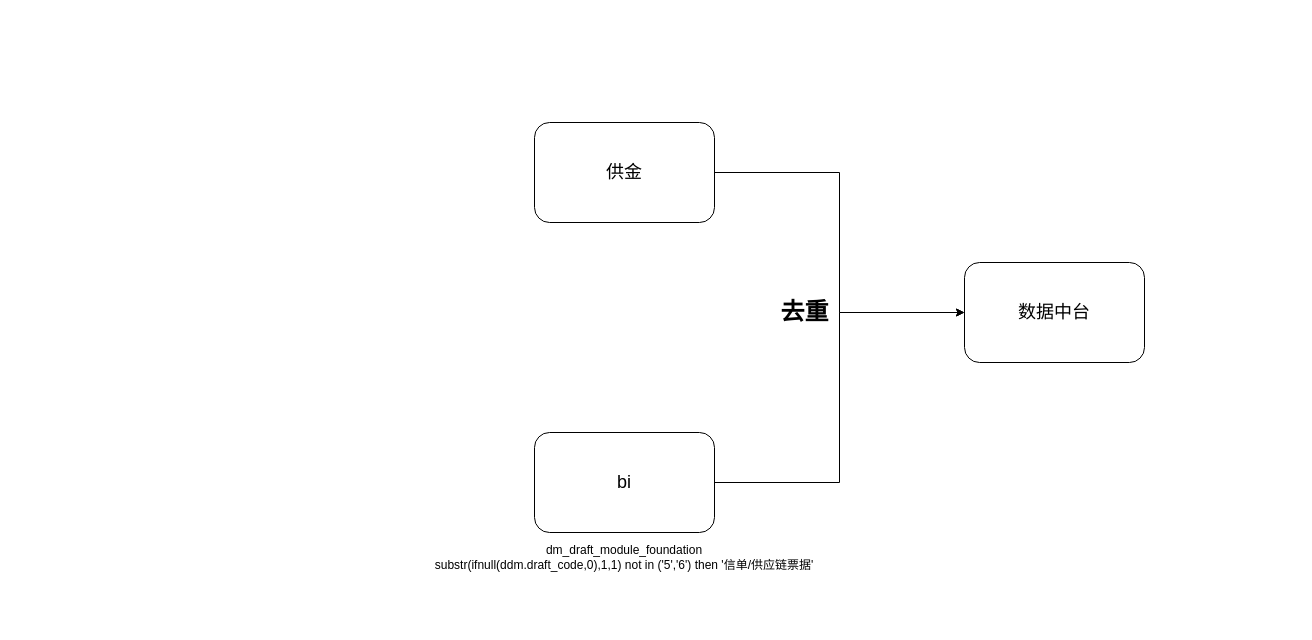
Earlier version of the draw.io diagram 未命名绘图.drawio (qwddkxs/Diagrams). Source tidied: cells renumbered, new cells numbered last; positions are measured from the earlier drawing's top-left corner, leaving out a move shared by most shapes. Both pictures are drawn from the tidied source at 100%, with x=0, y=0 at pixel (409, 122).
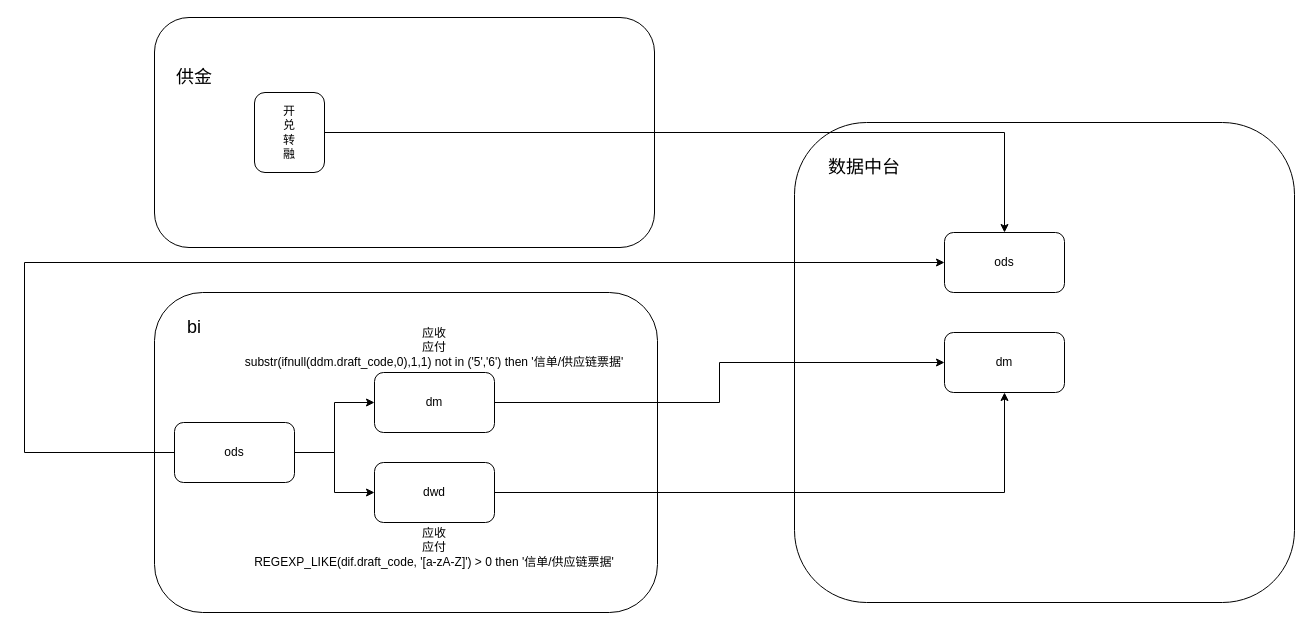
Above is the later version.

Commit message:
更新未命名绘图.drawio

The edit, as a diff of the source:
```diff
@@
-    <mxCell id="2" style="edgeStyle=orthogonalEdgeStyle;rounded=0;jettySize=auto;html=1;exitX=1;exitY=0.5;exitDx=0;exitDy=0;entryX=0;entryY=0.5;entryDx=0;entryDy=0;" parent="1" edge="1" source="3" target="6">
-      <mxGeometry relative="1" as="geometry" />
-    </mxCell>
-    <mxCell id="3" value="&lt;font style=&quot;font-size: 18px;&quot;&gt;bi&lt;/font&gt;" style="rounded=1;whiteSpace=wrap;html=1;" parent="1" vertex="1">
-      <mxGeometry x="125" y="310" width="180" height="100" as="geometry" />
-    </mxCell>
-    <mxCell id="4" style="edgeStyle=orthogonalEdgeStyle;rounded=0;jettySize=auto;html=1;exitX=1;exitY=0.5;exitDx=0;exitDy=0;entryX=0;entryY=0.5;entryDx=0;entryDy=0;" parent="1" edge="1" source="5" target="6">
-      <mxGeometry relative="1" as="geometry" />
-    </mxCell>
+    <mxCell id="9" style="rounded=1;whiteSpace=wrap;html=1;" parent="1" vertex="1">
+      <mxGeometry x="-255" y="170" width="503" height="320" as="geometry" />
+    </mxCell>
-    <mxCell id="5" value="&lt;span style=&quot;font-size: 18px;&quot;&gt;供金&lt;/span&gt;" style="rounded=1;whiteSpace=wrap;html=1;" parent="1" vertex="1">
-      <mxGeometry x="125" width="180" height="100" as="geometry" />
+    <mxCell id="5" style="rounded=1;whiteSpace=wrap;html=1;" parent="1" vertex="1">
+      <mxGeometry x="-255" y="-105" width="500" height="230" as="geometry" />
     </mxCell>
-    <mxCell id="6" value="&lt;span style=&quot;font-size: 18px;&quot;&gt;数据中台&lt;/span&gt;" style="rounded=1;whiteSpace=wrap;html=1;" parent="1" vertex="1">
-      <mxGeometry x="555" y="140" width="180" height="100" as="geometry" />
+    <mxCell id="6" style="rounded=1;whiteSpace=wrap;html=1;" parent="1" vertex="1">
+      <mxGeometry x="385" width="500" height="480" as="geometry" />
     </mxCell>
-    <mxCell id="7" value="去重" style="text;strokeColor=none;fillColor=none;html=1;fontSize=24;fontStyle=1;verticalAlign=middle;align=center;" parent="1" vertex="1">
-      <mxGeometry x="345" y="170" width="100" height="40" as="geometry" />
-    </mxCell>
-    <mxCell id="8" value="dm_draft_module_foundation&lt;br&gt;substr(ifnull(ddm.draft_code,0),1,1) not in ('5','6') then '信单/供应链票据'" style="text;html=1;strokeColor=none;fillColor=none;align=center;verticalAlign=middle;whiteSpace=wrap;overflow=hidden;" parent="1" vertex="1">
-      <mxGeometry y="370" width="430" height="130" as="geometry" />
-    </mxCell>
+    <mxCell id="10" style="edgeStyle=orthogonalEdgeStyle;rounded=0;jettySize=auto;html=1;exitX=1;exitY=0.5;exitDx=0;exitDy=0;entryX=0;entryY=0.5;entryDx=0;entryDy=0;" parent="1" edge="1" source="13" target="15">
+      <mxGeometry relative="1" as="geometry" />
+    </mxCell>
+    <mxCell id="11" style="edgeStyle=orthogonalEdgeStyle;rounded=0;jettySize=auto;html=1;exitX=1;exitY=0.5;exitDx=0;exitDy=0;entryX=0;entryY=0.5;entryDx=0;entryDy=0;" parent="1" edge="1" source="13" target="17">
+      <mxGeometry relative="1" as="geometry" />
+    </mxCell>
+    <mxCell id="12" style="edgeStyle=orthogonalEdgeStyle;rounded=0;jettySize=auto;html=1;exitX=0;exitY=0.5;exitDx=0;exitDy=0;entryX=0;entryY=0.5;entryDx=0;entryDy=0;" parent="1" edge="1" source="13" target="24">
+      <mxGeometry relative="1" as="geometry">
+        <Array as="points">
+          <mxPoint x="-385" y="330" />
+          <mxPoint x="-385" y="140" />
+        </Array>
+      </mxGeometry>
+    </mxCell>
+    <mxCell id="13" value="ods" style="rounded=1;whiteSpace=wrap;html=1;" parent="1" vertex="1">
+      <mxGeometry x="-235" y="300" width="120" height="60" as="geometry" />
+    </mxCell>
+    <mxCell id="14" style="edgeStyle=orthogonalEdgeStyle;rounded=0;jettySize=auto;html=1;exitX=1;exitY=0.5;exitDx=0;exitDy=0;entryX=0;entryY=0.5;entryDx=0;entryDy=0;" parent="1" edge="1" source="15" target="25">
+      <mxGeometry relative="1" as="geometry" />
+    </mxCell>
+    <mxCell id="15" value="dm" style="rounded=1;whiteSpace=wrap;html=1;" parent="1" vertex="1">
+      <mxGeometry x="-35" y="250" width="120" height="60" as="geometry" />
+    </mxCell>
+    <mxCell id="16" style="edgeStyle=orthogonalEdgeStyle;rounded=0;jettySize=auto;html=1;exitX=1;exitY=0.5;exitDx=0;exitDy=0;entryX=0.5;entryY=1;entryDx=0;entryDy=0;" parent="1" edge="1" source="17" target="25">
+      <mxGeometry relative="1" as="geometry" />
+    </mxCell>
+    <mxCell id="17" value="dwd" style="rounded=1;whiteSpace=wrap;html=1;" parent="1" vertex="1">
+      <mxGeometry x="-35" y="340" width="120" height="60" as="geometry" />
+    </mxCell>
+    <mxCell id="18" value="应收&lt;br&gt;应付&lt;br&gt;&lt;div&gt;substr(ifnull(ddm.draft_code,0),1,1) not in ('5','6') then '信单/供应链票据'&lt;/div&gt;" style="text;html=1;align=center;verticalAlign=middle;whiteSpace=wrap;rounded=0;" parent="1" vertex="1">
+      <mxGeometry x="-185" y="180" width="420" height="90" as="geometry" />
+    </mxCell>
+    <mxCell id="19" value="应收&lt;br&gt;应付&lt;div&gt;REGEXP_LIKE(dif.draft_code, '[a-zA-Z]') &amp;gt; 0 then '信单/供应链票据'&lt;/div&gt;" style="text;html=1;align=center;verticalAlign=middle;whiteSpace=wrap;rounded=0;" parent="1" vertex="1">
+      <mxGeometry x="-175" y="400" width="400" height="50" as="geometry" />
+    </mxCell>
+    <mxCell id="3" value="&lt;font style=&quot;font-size: 18px;&quot;&gt;bi&lt;/font&gt;" style="text;html=1;align=center;verticalAlign=middle;whiteSpace=wrap;rounded=0;" parent="1" vertex="1">
+      <mxGeometry x="-245" y="190" width="60" height="30" as="geometry" />
+    </mxCell>
+    <mxCell id="20" value="&lt;font style=&quot;font-size: 18px;&quot;&gt;供金&lt;/font&gt;" style="text;html=1;align=center;verticalAlign=middle;whiteSpace=wrap;rounded=0;" parent="1" vertex="1">
+      <mxGeometry x="-245" y="-60" width="60" height="30" as="geometry" />
+    </mxCell>
+    <mxCell id="21" style="edgeStyle=orthogonalEdgeStyle;rounded=0;jettySize=auto;html=1;exitX=1;exitY=0.5;exitDx=0;exitDy=0;" parent="1" edge="1" source="22" target="24">
+      <mxGeometry relative="1" as="geometry" />
+    </mxCell>
+    <mxCell id="22" value="开&lt;br&gt;兑&lt;br&gt;转&lt;br&gt;融" style="rounded=1;whiteSpace=wrap;html=1;" parent="1" vertex="1">
+      <mxGeometry x="-155" y="-30" width="70" height="80" as="geometry" />
+    </mxCell>
+    <mxCell id="23" value="&lt;font style=&quot;font-size: 18px;&quot;&gt;数据中台&lt;/font&gt;" style="text;html=1;align=center;verticalAlign=middle;whiteSpace=wrap;rounded=0;" parent="1" vertex="1">
+      <mxGeometry x="415" y="30" width="80" height="30" as="geometry" />
+    </mxCell>
+    <mxCell id="24" value="ods" style="rounded=1;whiteSpace=wrap;html=1;" parent="1" vertex="1">
+      <mxGeometry x="535" y="110" width="120" height="60" as="geometry" />
+    </mxCell>
+    <mxCell id="25" value="dm" style="rounded=1;whiteSpace=wrap;html=1;" parent="1" vertex="1">
+      <mxGeometry x="535" y="210" width="120" height="60" as="geometry" />
+    </mxCell>
```
